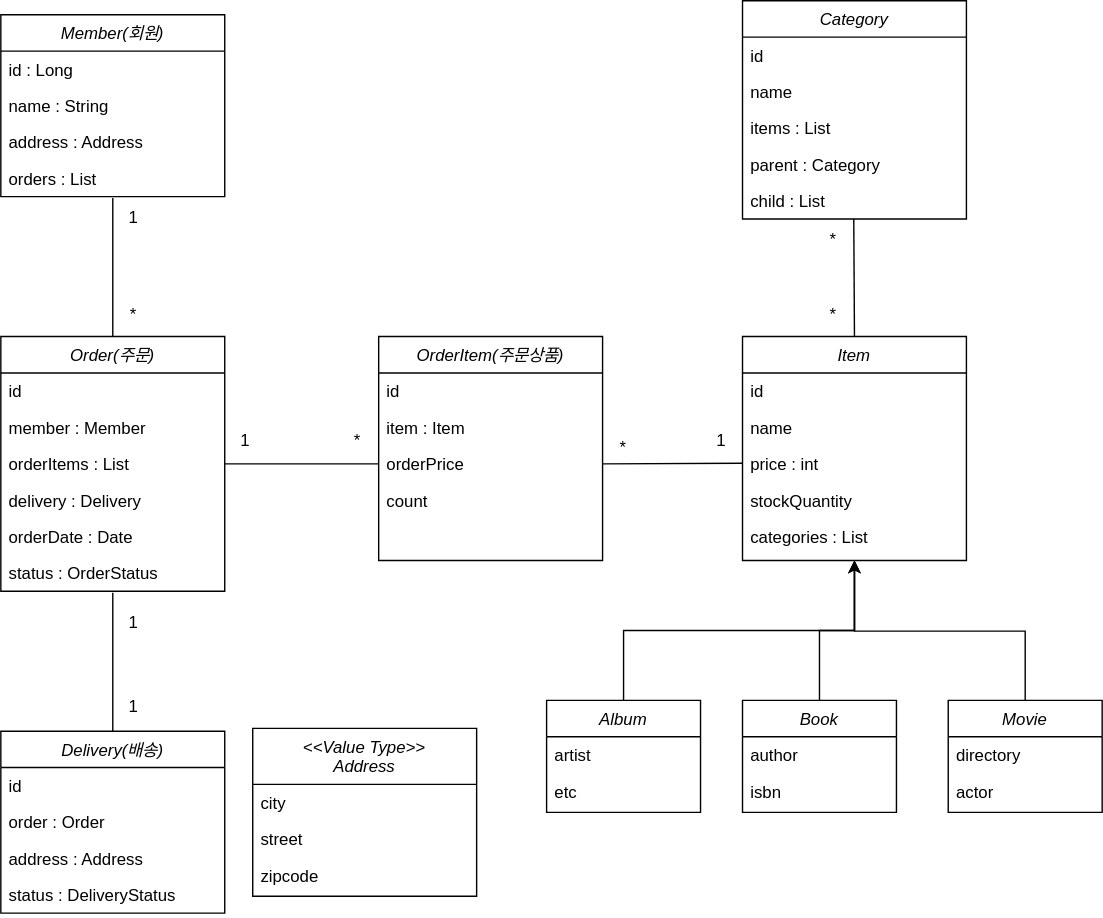
KwonBumcheol/jpashop keeps this draw.io diagram as src/main/resources/회원 엔티티.drawio.svg. Above is the earlier version. Source tidied: cells renumbered, new cells last; positions are measured from the earlier drawing's top-left corner, leaving out a move shared by most shapes.
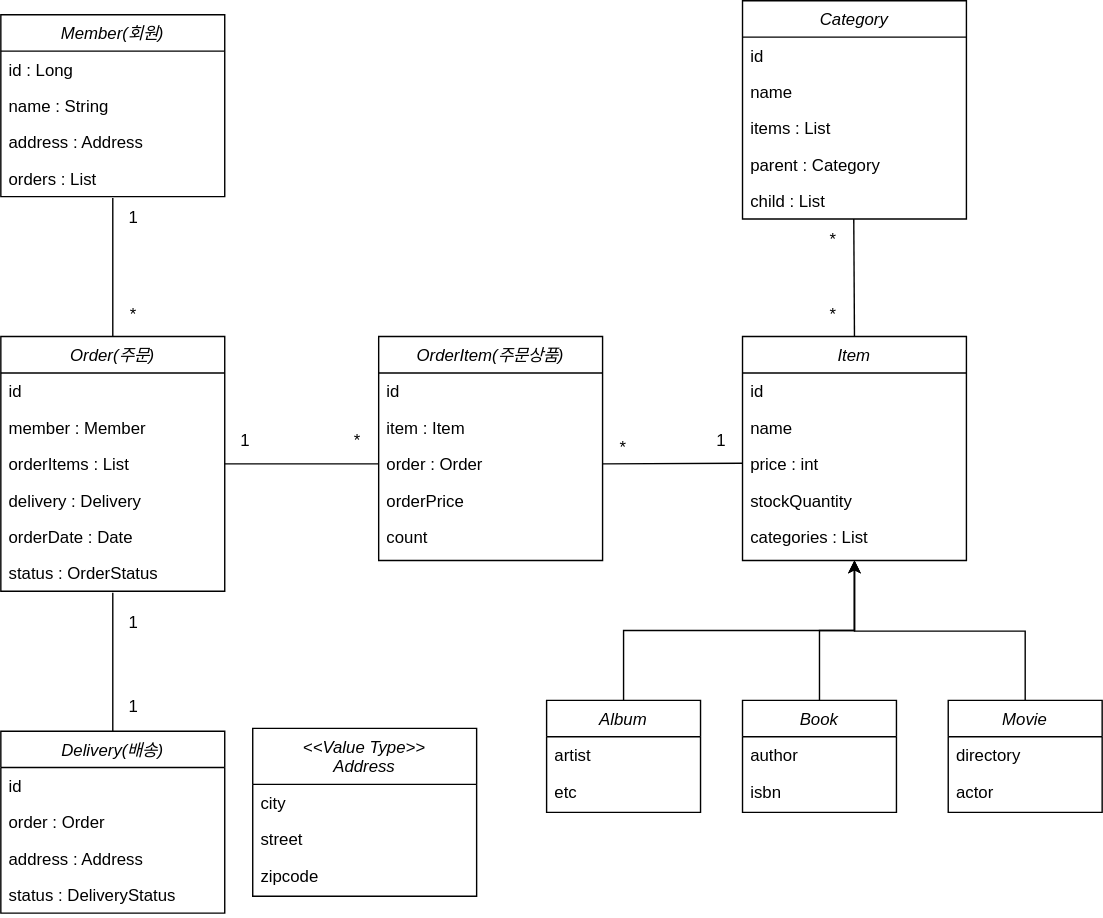
Above is the later version.

Diff of the diagram source:
```diff
@@ -1,4 +1,4 @@
-<mxGraphModel>
+<mxGraphModel background="#FFFFFF">
   <root>
     <mxCell id="0" />
     <mxCell id="1" parent="0" />
@@ -62,11 +62,14 @@
     <mxCell id="21" value="item : Item" style="text;align=left;verticalAlign=top;spacingLeft=4;spacingRight=4;overflow=hidden;rounded=0;shadow=0;html=0;" parent="19" vertex="1">
       <mxGeometry y="52" width="160" height="26" as="geometry" />
     </mxCell>
+    <mxCell id="67" value="order : Order" style="text;align=left;verticalAlign=top;spacingLeft=4;spacingRight=4;overflow=hidden;points=[[0,0.5],[1,0.5]];portConstraint=eastwest;rounded=0;shadow=0;html=0;" parent="19" vertex="1">
+      <mxGeometry y="78" width="160" height="26" as="geometry" />
+    </mxCell>
     <mxCell id="22" value="orderPrice" style="text;align=left;verticalAlign=top;spacingLeft=4;spacingRight=4;overflow=hidden;points=[[0,0.5],[1,0.5]];portConstraint=eastwest;rounded=0;shadow=0;html=0;" parent="19" vertex="1">
-      <mxGeometry y="78" width="160" height="26" as="geometry" />
+      <mxGeometry y="104" width="160" height="26" as="geometry" />
     </mxCell>
     <mxCell id="23" value="count" style="text;align=left;verticalAlign=top;spacingLeft=4;spacingRight=4;overflow=hidden;rounded=0;shadow=0;html=0;" parent="19" vertex="1">
-      <mxGeometry y="104" width="160" height="26" as="geometry" />
+      <mxGeometry y="130" width="160" height="26" as="geometry" />
     </mxCell>
     <mxCell id="24" value="&lt;&lt;Value Type&gt;&gt;&#10;Address" style="swimlane;fontStyle=2;align=center;verticalAlign=top;horizontal=1;startSize=40;rounded=0;shadow=0;strokeWidth=1;" parent="1" vertex="1">
       <mxGeometry x="180" y="520" width="160" height="120" as="geometry" />
@@ -145,7 +148,7 @@
     <mxCell id="48" value="categories : List" style="text;align=left;verticalAlign=top;spacingLeft=4;spacingRight=4;overflow=hidden;rounded=0;shadow=0;html=0;" parent="43" vertex="1">
       <mxGeometry y="130" width="160" height="26" as="geometry" />
     </mxCell>
-    <mxCell id="49" style="endArrow=none;html=1;rounded=0;entryX=0;entryY=0.5;entryDx=0;entryDy=0;exitX=1;exitY=0.5;exitDx=0;exitDy=0;" parent="1" edge="1" source="22">
+    <mxCell id="49" style="endArrow=none;html=1;rounded=0;entryX=0;entryY=0.5;entryDx=0;entryDy=0;exitX=1;exitY=0.5;exitDx=0;exitDy=0;" parent="1" edge="1" source="67">
       <mxGeometry relative="1" as="geometry">
         <mxPoint x="530" y="330.5" as="targetPoint" />
       </mxGeometry>
```
